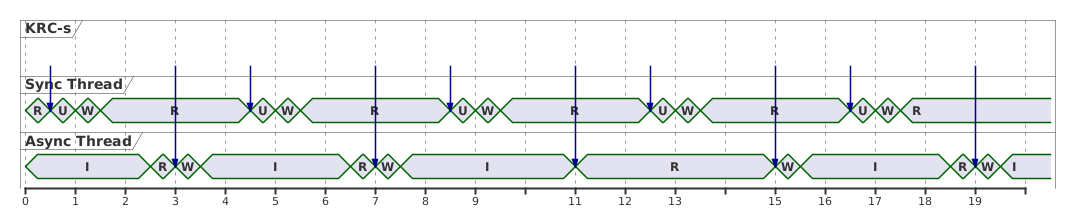
Earlier version of the PlantUML export doc/wiki/resources/dual_arm_timing/scenario3.png (kroshu/kuka_drivers). Its source is kept beside it as doc/wiki/resources/dual_arm_timing/scenario3.puml.
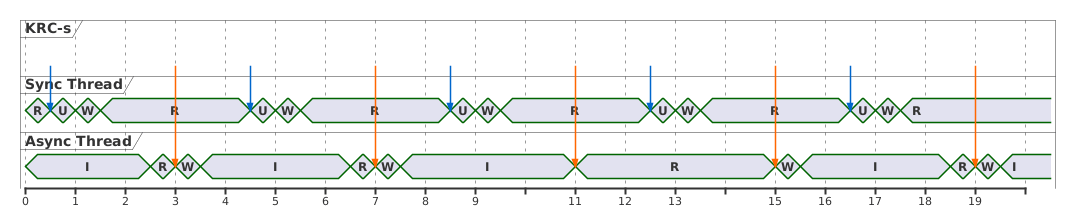
The same diagram one commit later.

What changed in the source:
```diff
@@ -8,7 +8,7 @@
 TB is I
 
 @0.5
-KRC -> TA
+KRC -[#0066cc]> TA
 TA is U
 
 @1.0
@@ -21,14 +21,14 @@
 TB is R
 
 @3.0
-KRC -> TB
+KRC -[#ff6600]> TB
 TB is W
 
 @3.5
 TB is I
 
 @4.5
-KRC -> TA
+KRC -[#0066cc]> TA
 TA is U
 
 @5.0
@@ -41,14 +41,14 @@
 TB is R
 
 @7.0
-KRC -> TB
+KRC -[#ff6600]> TB
 TB is W
 
 @7.5
 TB is I
 
 @8.5
-KRC -> TA
+KRC -[#0066cc]> TA
 TA is U
 
 @9.0
@@ -59,11 +59,11 @@
 
 
 @11.0
-KRC -> TB
+KRC -[#ff6600]> TB
 TB is R
 
 @12.5
-KRC -> TA
+KRC -[#0066cc]> TA
 TA is U
 
 @13.0
@@ -73,14 +73,14 @@
 TA is R
 
 @15.0
-KRC -> TB
+KRC -[#ff6600]> TB
 TB is W
 
 @15.5
 TB is I
 
 @16.5
-KRC -> TA
+KRC -[#0066cc]> TA
 TA is U
 
 @17.0
@@ -93,7 +93,7 @@
 TB is R
 
 @19.0
-KRC -> TB
+KRC -[#ff6600]> TB
 TB is W
 
 @19.5
```
